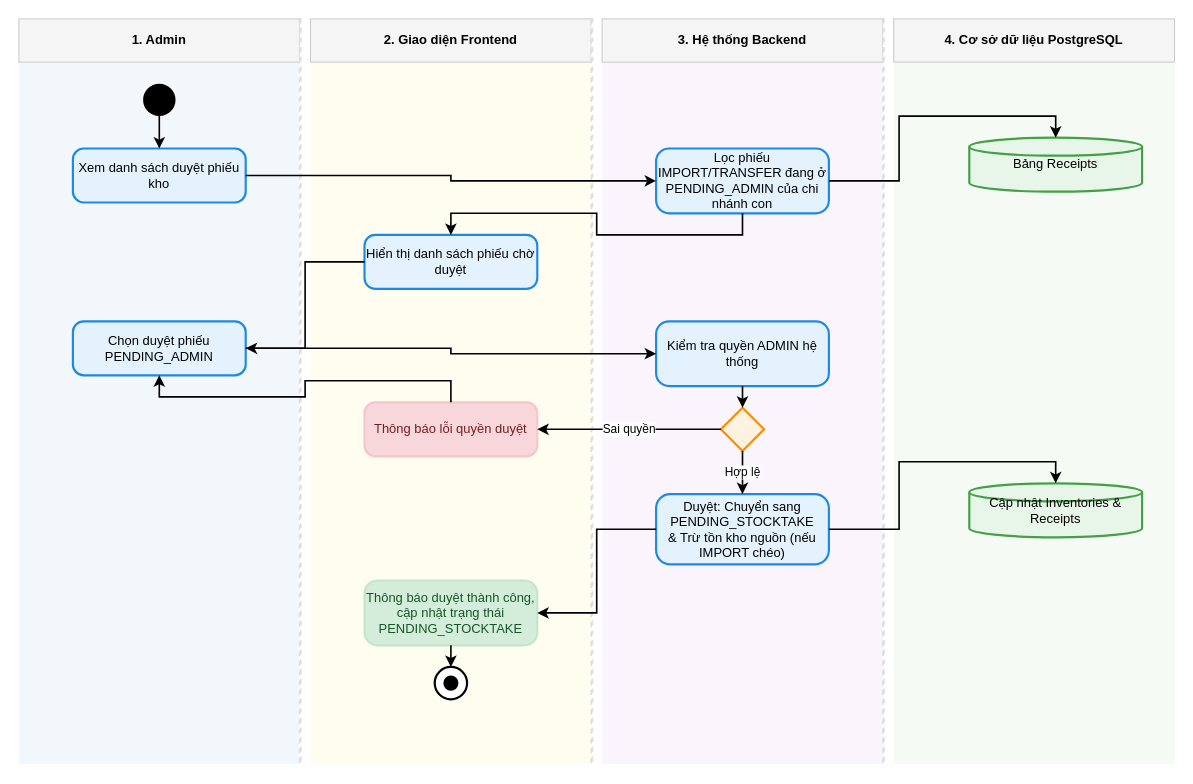
The draw.io diagram diagrams/admin/chuc_nang_phe_duyet_phieu_kho_admin.drawio in Nghiatv2006/KhoHang, before the edit. Source tidied: cells renumbered, new cells numbered last; positions are measured from the earlier drawing's top-left corner, leaving out a move shared by most shapes. Both pictures are drawn from the tidied source at 108%, with x=0, y=0 at pixel (18, 18).
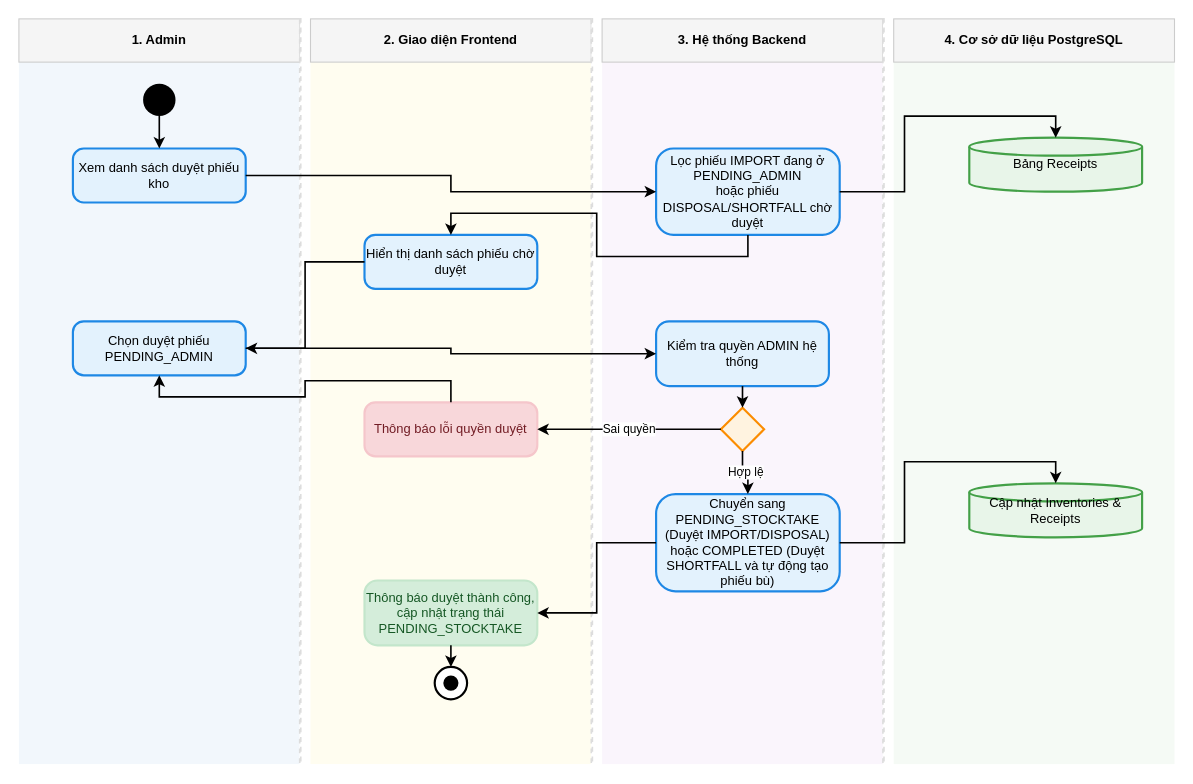
Above is the later version.

What changed in the source:
```diff
@@
-    <mxCell id="15" value="Lọc phiếu IMPORT/TRANSFER đang ở&lt;br/&gt;PENDING_ADMIN của chi nhánh con" style="rounded=1;whiteSpace=wrap;html=1;arcSize=20;fillColor=#e3f2fd;strokeColor=#1e88e5;strokeWidth=2;fontColor=#000000;align=center;" parent="1" vertex="1">
-      <mxGeometry x="590" y="120" width="160" height="60" as="geometry" />
+    <mxCell id="15" value="Lọc phiếu IMPORT đang ở PENDING_ADMIN&lt;br/&gt;hoặc phiếu DISPOSAL/SHORTFALL chờ duyệt" style="rounded=1;whiteSpace=wrap;html=1;arcSize=20;fillColor=#e3f2fd;strokeColor=#1e88e5;strokeWidth=2;fontColor=#000000;align=center;" parent="1" vertex="1">
+      <mxGeometry x="590" y="120" width="170" height="80" as="geometry" />
     </mxCell>
@@
-    <mxCell id="22" value="Duyệt: Chuyển sang PENDING_STOCKTAKE&lt;br/&gt;&amp; Trừ tồn kho nguồn (nếu IMPORT chéo)" style="rounded=1;whiteSpace=wrap;html=1;arcSize=20;fillColor=#e3f2fd;strokeColor=#1e88e5;strokeWidth=2;fontColor=#000000;align=center;" parent="1" vertex="1">
-      <mxGeometry x="590" y="440" width="160" height="65" as="geometry" />
+    <mxCell id="22" value="Chuyển sang PENDING_STOCKTAKE (Duyệt IMPORT/DISPOSAL)&lt;br/&gt;hoặc COMPLETED (Duyệt SHORTFALL và tự động tạo phiếu bù)" style="rounded=1;whiteSpace=wrap;html=1;arcSize=20;fillColor=#e3f2fd;strokeColor=#1e88e5;strokeWidth=2;fontColor=#000000;align=center;" parent="1" vertex="1">
+      <mxGeometry x="590" y="440" width="170" height="90" as="geometry" />
     </mxCell>
```
